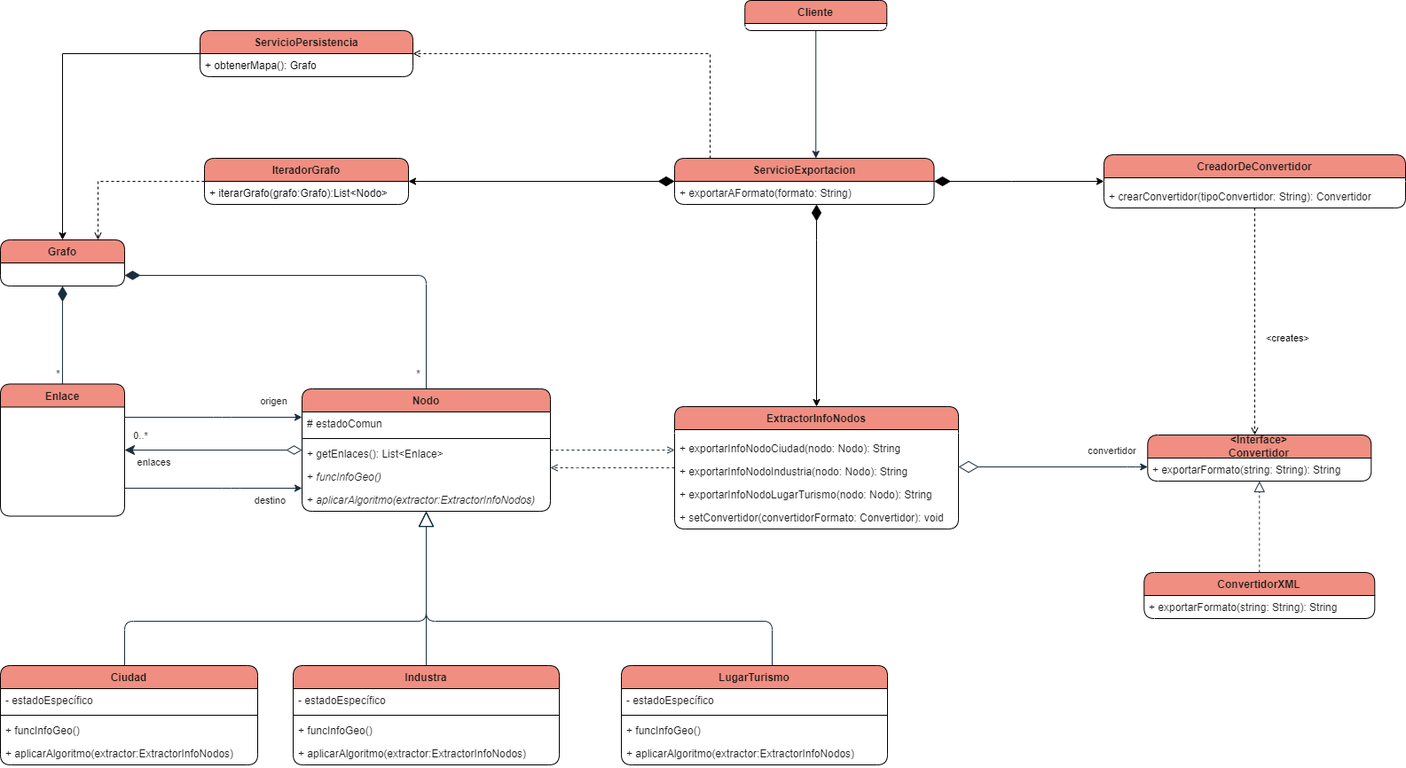
SantiagoGM19/AplicacionInformacionGeografica keeps this draw.io diagram as EjercicioGrafoGPS.drawio.png. Above is the earlier version. Source tidied: cells renumbered, new cells last; positions are measured from the earlier drawing's top-left corner, leaving out a move shared by most shapes.
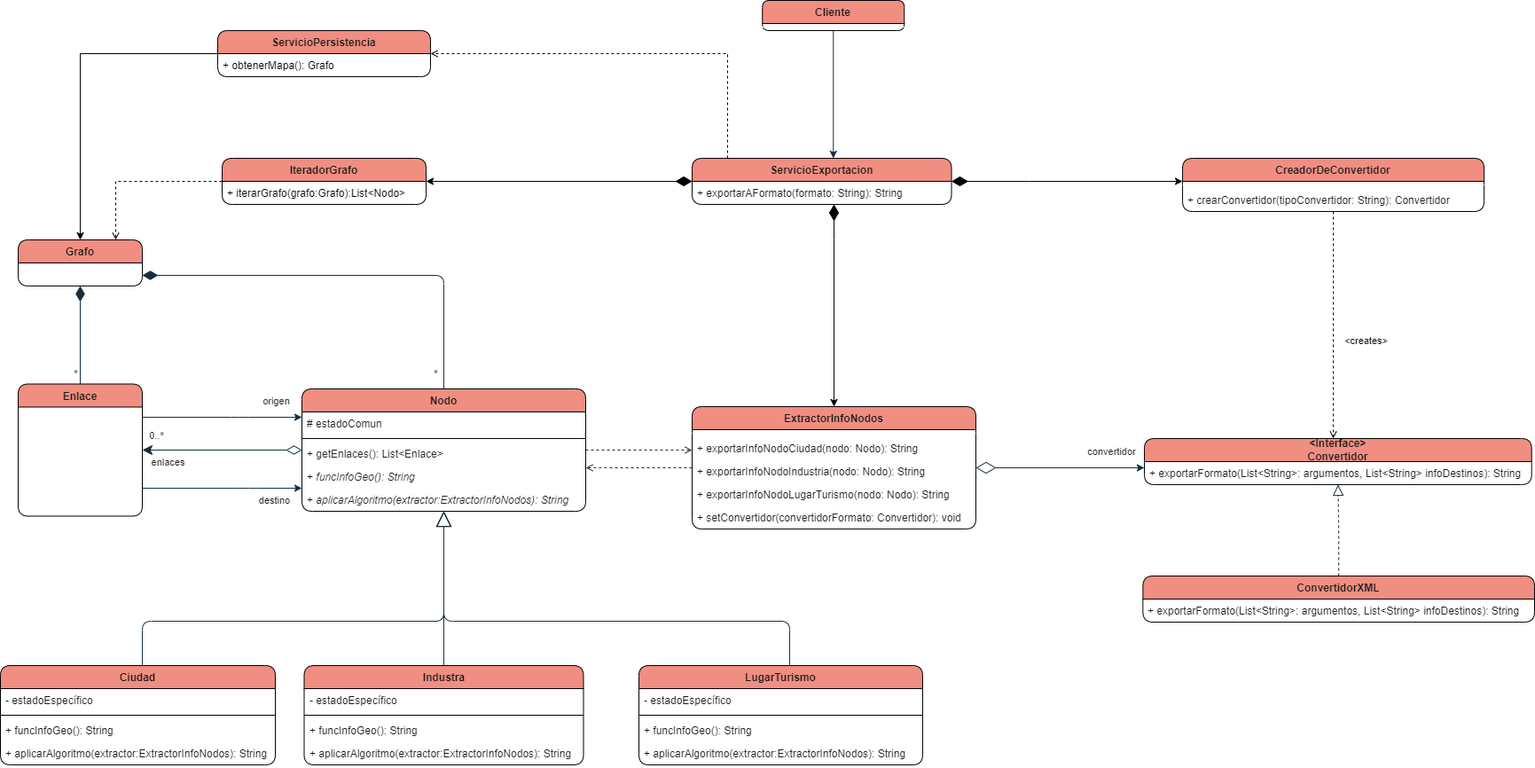
After the commit.

Commit message:
diagrama actualizado

The edit, as a diff of the source:
```diff
@@ -76,22 +76,22 @@
       </mxGeometry>
     </mxCell>
     <mxCell id="16" value="Nodo" style="swimlane;fontStyle=1;align=center;verticalAlign=top;horizontal=1;startSize=26;whiteSpace=wrap;html=1;rounded=1;labelBackgroundColor=none;fillColor=#F08E81;strokeColor=#000000;fontColor=#1A1A1A;swimlaneFillColor=none;" parent="1" vertex="1">
-      <mxGeometry x="340" y="438" width="280" height="138" as="geometry" />
+      <mxGeometry x="320" y="438" width="320" height="138" as="geometry" />
     </mxCell>
     <mxCell id="17" value="# estadoComun" style="text;strokeColor=none;fillColor=none;align=left;verticalAlign=top;spacingLeft=4;spacingRight=4;overflow=hidden;whiteSpace=wrap;html=1;rounded=1;labelBackgroundColor=none;fontColor=#1A1A1A;" parent="16" vertex="1">
-      <mxGeometry y="26" width="280" height="26" as="geometry" />
+      <mxGeometry y="26" width="320" height="26" as="geometry" />
     </mxCell>
     <mxCell id="18" style="line;strokeWidth=1;fillColor=none;align=left;verticalAlign=middle;spacingTop=-1;spacingLeft=3;spacingRight=3;labelPosition=right;strokeColor=#000000;rounded=1;labelBackgroundColor=none;fontColor=#1A1A1A;" parent="16" vertex="1">
-      <mxGeometry y="52" width="280" height="8" as="geometry" />
+      <mxGeometry y="52" width="320" height="8" as="geometry" />
     </mxCell>
     <mxCell id="19" value="+ getEnlaces(): List&amp;lt;Enlace&amp;gt;" style="text;strokeColor=none;fillColor=none;align=left;verticalAlign=top;spacingLeft=4;spacingRight=4;overflow=hidden;whiteSpace=wrap;html=1;rounded=1;labelBackgroundColor=none;fontColor=#1A1A1A;" parent="16" vertex="1">
-      <mxGeometry y="60" width="280" height="26" as="geometry" />
+      <mxGeometry y="60" width="320" height="26" as="geometry" />
     </mxCell>
-    <mxCell id="20" value="+ &lt;i&gt;funcInfoGeo()&lt;/i&gt;" style="text;strokeColor=none;fillColor=none;align=left;verticalAlign=top;spacingLeft=4;spacingRight=4;overflow=hidden;whiteSpace=wrap;html=1;rounded=1;labelBackgroundColor=none;fontColor=#1A1A1A;" parent="16" vertex="1">
-      <mxGeometry y="86" width="280" height="26" as="geometry" />
+    <mxCell id="20" value="+ &lt;i&gt;funcInfoGeo(): String&lt;/i&gt;" style="text;strokeColor=none;fillColor=none;align=left;verticalAlign=top;spacingLeft=4;spacingRight=4;overflow=hidden;whiteSpace=wrap;html=1;rounded=1;labelBackgroundColor=none;fontColor=#1A1A1A;" parent="16" vertex="1">
+      <mxGeometry y="86" width="320" height="26" as="geometry" />
     </mxCell>
-    <mxCell id="21" value="+ &lt;i&gt;aplicarAlgoritmo(extractor:ExtractorInfoNodos)&lt;/i&gt;" style="text;strokeColor=none;fillColor=none;align=left;verticalAlign=top;spacingLeft=4;spacingRight=4;overflow=hidden;whiteSpace=wrap;html=1;rounded=1;labelBackgroundColor=none;fontColor=#1A1A1A;" parent="16" vertex="1">
-      <mxGeometry y="112" width="280" height="26" as="geometry" />
+    <mxCell id="21" value="+ &lt;i&gt;aplicarAlgoritmo(extractor:ExtractorInfoNodos): String&lt;/i&gt;" style="text;strokeColor=none;fillColor=none;align=left;verticalAlign=top;spacingLeft=4;spacingRight=4;overflow=hidden;whiteSpace=wrap;html=1;rounded=1;labelBackgroundColor=none;fontColor=#1A1A1A;" parent="16" vertex="1">
+      <mxGeometry y="112" width="320" height="26" as="geometry" />
     </mxCell>
     <mxCell id="22" style="edgeStyle=orthogonalEdgeStyle;rounded=1;jettySize=auto;html=1;endArrow=block;endFill=0;startSize=6;endSize=15;labelBackgroundColor=none;strokeColor=#182E3E;fontColor=default;" parent="1" edge="1" source="23" target="16">
       <mxGeometry relative="1" as="geometry">
@@ -102,37 +102,37 @@
       </mxGeometry>
     </mxCell>
     <mxCell id="23" value="Ciudad" style="swimlane;fontStyle=1;align=center;verticalAlign=top;horizontal=1;startSize=26;whiteSpace=wrap;html=1;rounded=1;labelBackgroundColor=none;fillColor=#F08E81;strokeColor=#000000;fontColor=#1A1A1A;swimlaneFillColor=none;" parent="1" vertex="1">
-      <mxGeometry y="750" width="290" height="112" as="geometry" />
+      <mxGeometry x="-20" y="750" width="310" height="112" as="geometry" />
     </mxCell>
     <mxCell id="24" value="- estadoEspecífico" style="text;strokeColor=none;fillColor=none;align=left;verticalAlign=top;spacingLeft=4;spacingRight=4;overflow=hidden;whiteSpace=wrap;html=1;rounded=1;labelBackgroundColor=none;fontColor=#1A1A1A;" parent="23" vertex="1">
-      <mxGeometry y="26" width="290" height="26" as="geometry" />
+      <mxGeometry y="26" width="310" height="26" as="geometry" />
     </mxCell>
     <mxCell id="25" style="line;strokeWidth=1;fillColor=none;align=left;verticalAlign=middle;spacingTop=-1;spacingLeft=3;spacingRight=3;labelPosition=right;strokeColor=#000000;rounded=1;labelBackgroundColor=none;fontColor=#1A1A1A;" parent="23" vertex="1">
-      <mxGeometry y="52" width="290" height="8" as="geometry" />
+      <mxGeometry y="52" width="310" height="8" as="geometry" />
     </mxCell>
-    <mxCell id="26" value="+ funcInfoGeo()" style="text;strokeColor=none;fillColor=none;align=left;verticalAlign=top;spacingLeft=4;spacingRight=4;overflow=hidden;whiteSpace=wrap;html=1;rounded=1;labelBackgroundColor=none;fontColor=#1A1A1A;" parent="23" vertex="1">
-      <mxGeometry y="60" width="290" height="26" as="geometry" />
+    <mxCell id="26" value="+ funcInfoGeo(): String" style="text;strokeColor=none;fillColor=none;align=left;verticalAlign=top;spacingLeft=4;spacingRight=4;overflow=hidden;whiteSpace=wrap;html=1;rounded=1;labelBackgroundColor=none;fontColor=#1A1A1A;" parent="23" vertex="1">
+      <mxGeometry y="60" width="310" height="26" as="geometry" />
     </mxCell>
-    <mxCell id="27" value="+ aplicarAlgoritmo(extractor:ExtractorInfoNodos)" style="text;strokeColor=none;fillColor=none;align=left;verticalAlign=top;spacingLeft=4;spacingRight=4;overflow=hidden;whiteSpace=wrap;html=1;rounded=1;labelBackgroundColor=none;fontColor=#1A1A1A;" parent="23" vertex="1">
-      <mxGeometry y="86" width="290" height="26" as="geometry" />
+    <mxCell id="27" value="+ aplicarAlgoritmo(extractor:ExtractorInfoNodos): String" style="text;strokeColor=none;fillColor=none;align=left;verticalAlign=top;spacingLeft=4;spacingRight=4;overflow=hidden;whiteSpace=wrap;html=1;rounded=1;labelBackgroundColor=none;fontColor=#1A1A1A;" parent="23" vertex="1">
+      <mxGeometry y="86" width="310" height="26" as="geometry" />
     </mxCell>
     <mxCell id="28" style="edgeStyle=orthogonalEdgeStyle;rounded=1;jettySize=auto;html=1;endArrow=block;endFill=0;startSize=6;endSize=15;labelBackgroundColor=none;strokeColor=#182E3E;fontColor=default;" parent="1" edge="1" source="29" target="16">
       <mxGeometry relative="1" as="geometry" />
     </mxCell>
     <mxCell id="29" value="Industra" style="swimlane;fontStyle=1;align=center;verticalAlign=top;horizontal=1;startSize=26;whiteSpace=wrap;html=1;rounded=1;labelBackgroundColor=none;fillColor=#F08E81;strokeColor=#000000;fontColor=#1A1A1A;swimlaneFillColor=none;" parent="1" vertex="1">
-      <mxGeometry x="330" y="750" width="300" height="112" as="geometry" />
+      <mxGeometry x="322.5" y="750" width="315" height="112" as="geometry" />
     </mxCell>
     <mxCell id="30" value="- estadoEspecífico" style="text;strokeColor=none;fillColor=none;align=left;verticalAlign=top;spacingLeft=4;spacingRight=4;overflow=hidden;whiteSpace=wrap;html=1;rounded=1;labelBackgroundColor=none;fontColor=#1A1A1A;" parent="29" vertex="1">
-      <mxGeometry y="26" width="300" height="26" as="geometry" />
+      <mxGeometry y="26" width="315" height="26" as="geometry" />
     </mxCell>
     <mxCell id="31" style="line;strokeWidth=1;fillColor=none;align=left;verticalAlign=middle;spacingTop=-1;spacingLeft=3;spacingRight=3;labelPosition=right;strokeColor=#000000;rounded=1;labelBackgroundColor=none;fontColor=#1A1A1A;" parent="29" vertex="1">
-      <mxGeometry y="52" width="300" height="8" as="geometry" />
+      <mxGeometry y="52" width="315" height="8" as="geometry" />
     </mxCell>
-    <mxCell id="32" value="+ funcInfoGeo()" style="text;strokeColor=none;fillColor=none;align=left;verticalAlign=top;spacingLeft=4;spacingRight=4;overflow=hidden;whiteSpace=wrap;html=1;rounded=1;labelBackgroundColor=none;fontColor=#1A1A1A;" parent="29" vertex="1">
-      <mxGeometry y="60" width="300" height="26" as="geometry" />
+    <mxCell id="32" value="+ funcInfoGeo(): String" style="text;strokeColor=none;fillColor=none;align=left;verticalAlign=top;spacingLeft=4;spacingRight=4;overflow=hidden;whiteSpace=wrap;html=1;rounded=1;labelBackgroundColor=none;fontColor=#1A1A1A;" parent="29" vertex="1">
+      <mxGeometry y="60" width="315" height="26" as="geometry" />
     </mxCell>
-    <mxCell id="33" value="+ aplicarAlgoritmo(extractor:ExtractorInfoNodos)" style="text;strokeColor=none;fillColor=none;align=left;verticalAlign=top;spacingLeft=4;spacingRight=4;overflow=hidden;whiteSpace=wrap;html=1;rounded=1;labelBackgroundColor=none;fontColor=#1A1A1A;" parent="29" vertex="1">
-      <mxGeometry y="86" width="300" height="26" as="geometry" />
+    <mxCell id="33" value="+ aplicarAlgoritmo(extractor:ExtractorInfoNodos): String" style="text;strokeColor=none;fillColor=none;align=left;verticalAlign=top;spacingLeft=4;spacingRight=4;overflow=hidden;whiteSpace=wrap;html=1;rounded=1;labelBackgroundColor=none;fontColor=#1A1A1A;" parent="29" vertex="1">
+      <mxGeometry y="86" width="315" height="26" as="geometry" />
     </mxCell>
     <mxCell id="34" style="edgeStyle=orthogonalEdgeStyle;rounded=1;jettySize=auto;html=1;endArrow=block;endFill=0;endSize=15;labelBackgroundColor=none;strokeColor=#182E3E;fontColor=default;" parent="1" edge="1" source="35" target="16">
       <mxGeometry relative="1" as="geometry">
@@ -143,19 +143,19 @@
       </mxGeometry>
     </mxCell>
     <mxCell id="35" value="LugarTurismo" style="swimlane;fontStyle=1;align=center;verticalAlign=top;horizontal=1;startSize=26;whiteSpace=wrap;html=1;rounded=1;labelBackgroundColor=none;fillColor=#F08E81;strokeColor=#000000;fontColor=#1A1A1A;swimlaneFillColor=none;" parent="1" vertex="1">
-      <mxGeometry x="700" y="750" width="300" height="112" as="geometry" />
+      <mxGeometry x="700" y="750" width="320" height="112" as="geometry" />
     </mxCell>
     <mxCell id="36" value="- estadoEspecífico" style="text;strokeColor=none;fillColor=none;align=left;verticalAlign=top;spacingLeft=4;spacingRight=4;overflow=hidden;whiteSpace=wrap;html=1;rounded=1;labelBackgroundColor=none;fontColor=#1A1A1A;" parent="35" vertex="1">
-      <mxGeometry y="26" width="300" height="26" as="geometry" />
+      <mxGeometry y="26" width="320" height="26" as="geometry" />
     </mxCell>
     <mxCell id="37" style="line;strokeWidth=1;fillColor=none;align=left;verticalAlign=middle;spacingTop=-1;spacingLeft=3;spacingRight=3;labelPosition=right;strokeColor=#000000;rounded=1;labelBackgroundColor=none;fontColor=#1A1A1A;" parent="35" vertex="1">
-      <mxGeometry y="52" width="300" height="8" as="geometry" />
+      <mxGeometry y="52" width="320" height="8" as="geometry" />
     </mxCell>
-    <mxCell id="38" value="+ funcInfoGeo()" style="text;strokeColor=none;fillColor=none;align=left;verticalAlign=top;spacingLeft=4;spacingRight=4;overflow=hidden;whiteSpace=wrap;html=1;rounded=1;labelBackgroundColor=none;fontColor=#1A1A1A;" parent="35" vertex="1">
-      <mxGeometry y="60" width="300" height="26" as="geometry" />
+    <mxCell id="38" value="+ funcInfoGeo(): String" style="text;strokeColor=none;fillColor=none;align=left;verticalAlign=top;spacingLeft=4;spacingRight=4;overflow=hidden;whiteSpace=wrap;html=1;rounded=1;labelBackgroundColor=none;fontColor=#1A1A1A;" parent="35" vertex="1">
+      <mxGeometry y="60" width="320" height="26" as="geometry" />
     </mxCell>
-    <mxCell id="39" value="+ aplicarAlgoritmo(extractor:ExtractorInfoNodos)" style="text;strokeColor=none;fillColor=none;align=left;verticalAlign=top;spacingLeft=4;spacingRight=4;overflow=hidden;whiteSpace=wrap;html=1;rounded=1;labelBackgroundColor=none;fontColor=#1A1A1A;" parent="35" vertex="1">
-      <mxGeometry y="86" width="300" height="26" as="geometry" />
+    <mxCell id="39" value="+ aplicarAlgoritmo(extractor:ExtractorInfoNodos): String" style="text;strokeColor=none;fillColor=none;align=left;verticalAlign=top;spacingLeft=4;spacingRight=4;overflow=hidden;whiteSpace=wrap;html=1;rounded=1;labelBackgroundColor=none;fontColor=#1A1A1A;" parent="35" vertex="1">
+      <mxGeometry y="86" width="320" height="26" as="geometry" />
     </mxCell>
     <mxCell id="40" style="edgeStyle=orthogonalEdgeStyle;rounded=1;jettySize=auto;html=1;dashed=1;endArrow=open;endFill=0;labelBackgroundColor=none;strokeColor=#182E3E;fontColor=default;" parent="1" edge="1" source="41" target="16">
       <mxGeometry relative="1" as="geometry">
@@ -225,29 +225,29 @@
     <mxCell id="53" value="ServicioExportacion" style="swimlane;fontStyle=1;align=center;verticalAlign=top;horizontal=1;startSize=26;whiteSpace=wrap;html=1;rounded=1;labelBackgroundColor=none;fillColor=#F08E81;strokeColor=#000000;fontColor=#1A1A1A;swimlaneFillColor=none;" parent="1" vertex="1">
       <mxGeometry x="760" y="178" width="292.5" height="52" as="geometry" />
     </mxCell>
-    <mxCell id="54" value="+ exportarAFormato(formato: String)" style="text;strokeColor=none;fillColor=none;align=left;verticalAlign=top;spacingLeft=4;spacingRight=4;overflow=hidden;whiteSpace=wrap;html=1;rounded=1;labelBackgroundColor=none;fontColor=#1A1A1A;" parent="53" vertex="1">
+    <mxCell id="54" value="+ exportarAFormato(formato: String): String" style="text;strokeColor=none;fillColor=none;align=left;verticalAlign=top;spacingLeft=4;spacingRight=4;overflow=hidden;whiteSpace=wrap;html=1;rounded=1;labelBackgroundColor=none;fontColor=#1A1A1A;" parent="53" vertex="1">
       <mxGeometry y="26" width="292.5" height="26" as="geometry" />
     </mxCell>
     <mxCell id="55" value="&amp;lt;Interface&amp;gt;&lt;br&gt;Convertidor" style="swimlane;fontStyle=1;horizontal=1;startSize=26;fillColor=#F08E81;whiteSpace=wrap;html=1;rounded=1;labelBackgroundColor=none;strokeColor=#000000;fontColor=#1A1A1A;verticalAlign=middle;swimlaneFillColor=none;align=center;" parent="1" vertex="1">
-      <mxGeometry x="1293.3" y="490" width="252" height="52" as="geometry" />
+      <mxGeometry x="1270" y="494" width="436.7" height="52" as="geometry" />
     </mxCell>
-    <mxCell id="56" value="+ exportarFormato(string: String): String" style="text;strokeColor=none;fillColor=none;align=left;verticalAlign=top;spacingLeft=4;spacingRight=4;overflow=hidden;whiteSpace=wrap;html=1;rounded=1;labelBackgroundColor=none;fontColor=#1A1A1A;" parent="55" vertex="1">
-      <mxGeometry y="26" width="252" height="26" as="geometry" />
+    <mxCell id="56" value="+ exportarFormato(List&amp;lt;String&amp;gt;: argumentos, List&amp;lt;String&amp;gt; infoDestinos): String" style="text;strokeColor=none;fillColor=none;align=left;verticalAlign=top;spacingLeft=4;spacingRight=4;overflow=hidden;whiteSpace=wrap;html=1;rounded=1;labelBackgroundColor=none;fontColor=#1A1A1A;" parent="55" vertex="1">
+      <mxGeometry y="26" width="436.7" height="26" as="geometry" />
     </mxCell>
     <mxCell id="57" style="edgeStyle=orthogonalEdgeStyle;rounded=1;jettySize=auto;html=1;dashed=1;endArrow=block;endFill=0;endSize=10;labelBackgroundColor=none;strokeColor=#182E3E;fontColor=default;" parent="1" edge="1" source="58" target="55">
       <mxGeometry relative="1" as="geometry" />
     </mxCell>
     <mxCell id="58" value="ConvertidorXML" style="swimlane;fontStyle=1;align=center;verticalAlign=top;horizontal=1;startSize=26;whiteSpace=wrap;html=1;rounded=1;labelBackgroundColor=none;fillColor=#F08E81;strokeColor=#000000;fontColor=#1A1A1A;swimlaneFillColor=none;" parent="1" vertex="1">
-      <mxGeometry x="1289.3" y="645" width="260" height="52" as="geometry" />
+      <mxGeometry x="1268.4" y="649" width="441.6" height="52" as="geometry" />
     </mxCell>
-    <mxCell id="59" value="+ exportarFormato(string: String): String" style="text;strokeColor=none;fillColor=none;align=left;verticalAlign=top;spacingLeft=4;spacingRight=4;overflow=hidden;whiteSpace=wrap;html=1;rounded=1;labelBackgroundColor=none;fontColor=#1A1A1A;" parent="58" vertex="1">
-      <mxGeometry y="26" width="260" height="26" as="geometry" />
+    <mxCell id="59" value="+ exportarFormato(List&amp;lt;String&amp;gt;: argumentos, List&amp;lt;String&amp;gt; infoDestinos): String" style="text;strokeColor=none;fillColor=none;align=left;verticalAlign=top;spacingLeft=4;spacingRight=4;overflow=hidden;whiteSpace=wrap;html=1;rounded=1;labelBackgroundColor=none;fontColor=#1A1A1A;" parent="58" vertex="1">
+      <mxGeometry y="26" width="441.6" height="26" as="geometry" />
     </mxCell>
     <mxCell id="60" style="edgeStyle=orthogonalEdgeStyle;rounded=0;jettySize=auto;html=1;dashed=1;endArrow=open;endFill=0;" parent="1" edge="1" source="62" target="55">
       <mxGeometry relative="1" as="geometry">
         <Array as="points">
-          <mxPoint x="1570" y="196" />
-          <mxPoint x="1570" y="196" />
+          <mxPoint x="1639.1" y="200" />
+          <mxPoint x="1639.1" y="200" />
         </Array>
       </mxGeometry>
     </mxCell>
@@ -257,7 +257,7 @@
       </mxGeometry>
     </mxCell>
     <mxCell id="62" value="CreadorDeConvertidor" style="swimlane;fontStyle=1;align=center;verticalAlign=top;horizontal=1;startSize=26;whiteSpace=wrap;html=1;rounded=1;labelBackgroundColor=none;fillColor=#F08E81;strokeColor=#000000;fontColor=#1A1A1A;swimlaneFillColor=none;" parent="1" vertex="1">
-      <mxGeometry x="1244" y="174" width="340" height="60" as="geometry" />
+      <mxGeometry x="1313.1" y="178" width="340" height="60" as="geometry" />
     </mxCell>
     <mxCell id="63" style="line;strokeWidth=1;fillColor=none;align=left;verticalAlign=middle;spacingTop=-1;spacingLeft=3;spacingRight=3;labelPosition=right;strokeColor=#FFFFFF;rounded=1;labelBackgroundColor=none;fontColor=#1A1A1A;" parent="62" vertex="1">
       <mxGeometry y="26" width="340" height="8" as="geometry" />
```
